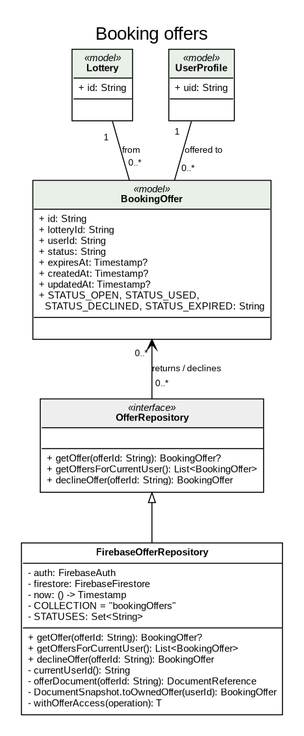
CMPUT301F26-legion/legion-events keeps this Graphviz diagram as doc/uml/booking_offers.png. Above is the earlier version. Its source is kept beside it as doc/uml/booking_offers.dot. The source it was exported from:
```dot
digraph G {
  graph [rankdir=BT fontname="Liberation Sans" nodesep=0.5 ranksep=0.7 dpi=110 pad=0.3
         label="Booking offers" labelloc=t fontsize=18];
  node  [shape=plain fontname="Liberation Sans" fontsize=10];
  edge  [fontname="Liberation Sans" fontsize=9 labeldistance=1.8 labelangle=35];

  BookingOffer [label=<<TABLE BORDER="1" CELLBORDER="0" CELLSPACING="0" CELLPADDING="4"><TR><TD BGCOLOR="#e8f0e8"><I>«model»</I><BR/><B>BookingOffer</B></TD></TR><TR><TD ALIGN="LEFT" BALIGN="LEFT" SIDES="T" BORDER="1">+ id: String<BR/>+ lotteryId: String<BR/>+ userId: String<BR/>+ status: String<BR/>+ expiresAt: Timestamp?<BR/>+ createdAt: Timestamp?<BR/>+ updatedAt: Timestamp?<BR/>+ STATUS_OPEN, STATUS_USED,<BR/>  STATUS_DECLINED, STATUS_EXPIRED: String</TD></TR><TR><TD ALIGN="LEFT" BALIGN="LEFT" SIDES="T" BORDER="1"> </TD></TR></TABLE>>];
  Lottery [label=<<TABLE BORDER="1" CELLBORDER="0" CELLSPACING="0" CELLPADDING="4"><TR><TD BGCOLOR="#e8f0e8"><I>«model»</I><BR/><B>Lottery</B></TD></TR><TR><TD ALIGN="LEFT" BALIGN="LEFT" SIDES="T" BORDER="1">+ id: String</TD></TR><TR><TD ALIGN="LEFT" BALIGN="LEFT" SIDES="T" BORDER="1"> </TD></TR></TABLE>>];
  UserProfile [label=<<TABLE BORDER="1" CELLBORDER="0" CELLSPACING="0" CELLPADDING="4"><TR><TD BGCOLOR="#e8f0e8"><I>«model»</I><BR/><B>UserProfile</B></TD></TR><TR><TD ALIGN="LEFT" BALIGN="LEFT" SIDES="T" BORDER="1">+ uid: String</TD></TR><TR><TD ALIGN="LEFT" BALIGN="LEFT" SIDES="T" BORDER="1"> </TD></TR></TABLE>>];
  OfferRepository [label=<<TABLE BORDER="1" CELLBORDER="0" CELLSPACING="0" CELLPADDING="4"><TR><TD BGCOLOR="#eeeeee"><I>«interface»</I><BR/><B>OfferRepository</B></TD></TR><TR><TD ALIGN="LEFT" BALIGN="LEFT" SIDES="T" BORDER="1"> </TD></TR><TR><TD ALIGN="LEFT" BALIGN="LEFT" SIDES="T" BORDER="1">+ getOffer(offerId: String): BookingOffer?<BR/>+ getOffersForCurrentUser(): List&lt;BookingOffer&gt;<BR/>+ declineOffer(offerId: String): BookingOffer</TD></TR></TABLE>>];
  FirebaseOfferRepository [label=<<TABLE BORDER="1" CELLBORDER="0" CELLSPACING="0" CELLPADDING="4"><TR><TD><B>FirebaseOfferRepository</B></TD></TR><TR><TD ALIGN="LEFT" BALIGN="LEFT" SIDES="T" BORDER="1">- auth: FirebaseAuth<BR/>- firestore: FirebaseFirestore<BR/>- now: () -&gt; Timestamp<BR/>- COLLECTION = "bookingOffers"<BR/>- STATUSES: Set&lt;String&gt;</TD></TR><TR><TD ALIGN="LEFT" BALIGN="LEFT" SIDES="T" BORDER="1">+ getOffer(offerId: String): BookingOffer?<BR/>+ getOffersForCurrentUser(): List&lt;BookingOffer&gt;<BR/>+ declineOffer(offerId: String): BookingOffer<BR/>- currentUserId(): String<BR/>- offerDocument(offerId: String): DocumentReference<BR/>- DocumentSnapshot.toOwnedOffer(userId): BookingOffer<BR/>- withOfferAccess(operation): T</TD></TR></TABLE>>];
  FirebaseOfferRepository -> OfferRepository [arrowhead=onormal];
  OfferRepository -> BookingOffer [arrowhead=vee label="returns / declines" taillabel="0..*" headlabel="0..*"];
  BookingOffer -> Lottery [arrowhead=none label="from" taillabel="0..*" headlabel="1"];
  BookingOffer -> UserProfile [arrowhead=none label="offered to" taillabel="0..*" headlabel="1"];
}
```
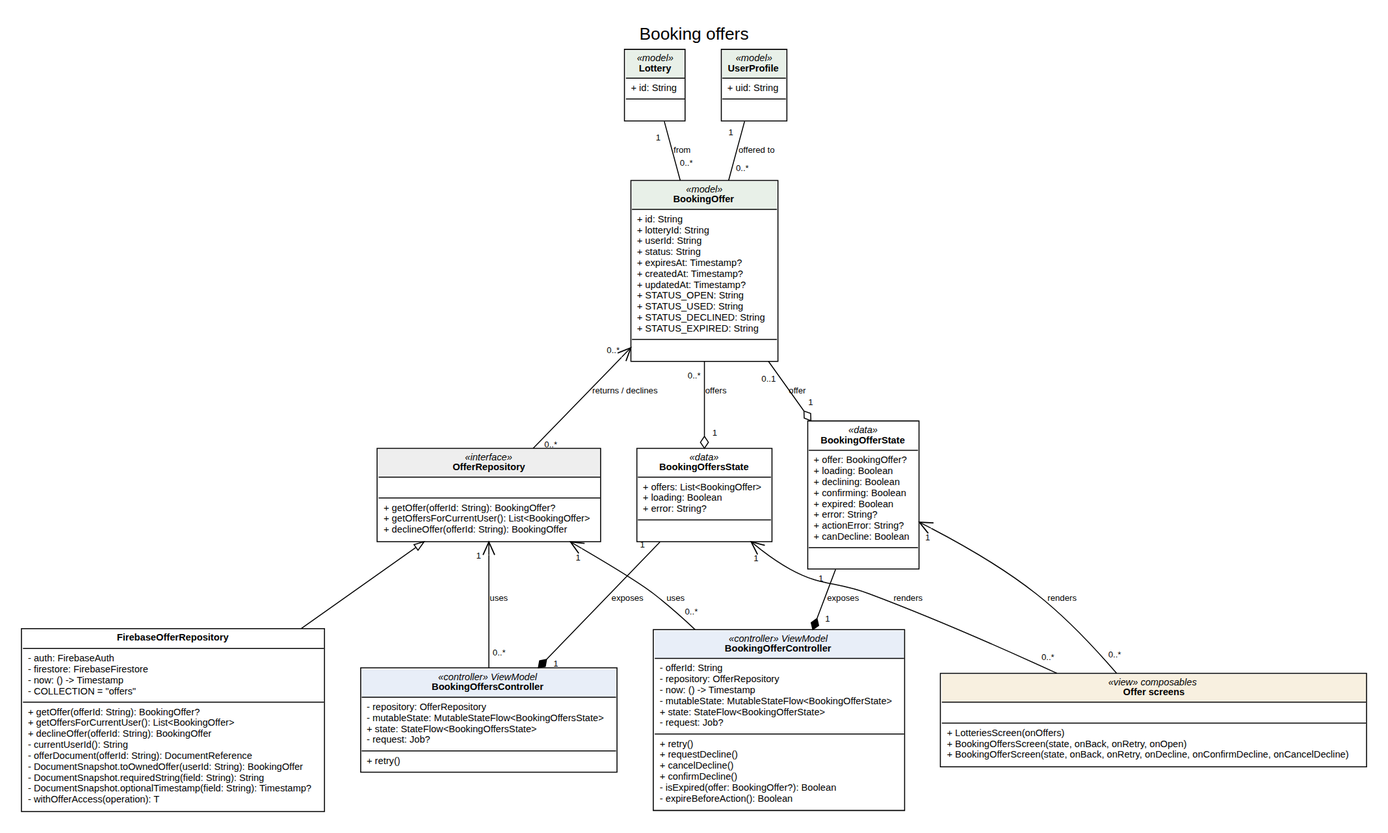
After the commit.

The edit, as a diff of the source:
```diff
@@ -4,13 +4,26 @@
   node  [shape=plain fontname="Liberation Sans" fontsize=10];
   edge  [fontname="Liberation Sans" fontsize=9 labeldistance=1.8 labelangle=35];
 
-  BookingOffer [label=<<TABLE BORDER="1" CELLBORDER="0" CELLSPACING="0" CELLPADDING="4"><TR><TD BGCOLOR="#e8f0e8"><I>«model»</I><BR/><B>BookingOffer</B></TD></TR><TR><TD ALIGN="LEFT" BALIGN="LEFT" SIDES="T" BORDER="1">+ id: String<BR/>+ lotteryId: String<BR/>+ userId: String<BR/>+ status: String<BR/>+ expiresAt: Timestamp?<BR/>+ createdAt: Timestamp?<BR/>+ updatedAt: Timestamp?<BR/>+ STATUS_OPEN, STATUS_USED,<BR/>  STATUS_DECLINED, STATUS_EXPIRED: String</TD></TR><TR><TD ALIGN="LEFT" BALIGN="LEFT" SIDES="T" BORDER="1"> </TD></TR></TABLE>>];
+  BookingOffer [label=<<TABLE BORDER="1" CELLBORDER="0" CELLSPACING="0" CELLPADDING="4"><TR><TD BGCOLOR="#e8f0e8"><I>«model»</I><BR/><B>BookingOffer</B></TD></TR><TR><TD ALIGN="LEFT" BALIGN="LEFT" SIDES="T" BORDER="1">+ id: String<BR/>+ lotteryId: String<BR/>+ userId: String<BR/>+ status: String<BR/>+ expiresAt: Timestamp?<BR/>+ createdAt: Timestamp?<BR/>+ updatedAt: Timestamp?<BR/>+ STATUS_OPEN: String<BR/>+ STATUS_USED: String<BR/>+ STATUS_DECLINED: String<BR/>+ STATUS_EXPIRED: String</TD></TR><TR><TD ALIGN="LEFT" BALIGN="LEFT" SIDES="T" BORDER="1"> </TD></TR></TABLE>>];
   Lottery [label=<<TABLE BORDER="1" CELLBORDER="0" CELLSPACING="0" CELLPADDING="4"><TR><TD BGCOLOR="#e8f0e8"><I>«model»</I><BR/><B>Lottery</B></TD></TR><TR><TD ALIGN="LEFT" BALIGN="LEFT" SIDES="T" BORDER="1">+ id: String</TD></TR><TR><TD ALIGN="LEFT" BALIGN="LEFT" SIDES="T" BORDER="1"> </TD></TR></TABLE>>];
   UserProfile [label=<<TABLE BORDER="1" CELLBORDER="0" CELLSPACING="0" CELLPADDING="4"><TR><TD BGCOLOR="#e8f0e8"><I>«model»</I><BR/><B>UserProfile</B></TD></TR><TR><TD ALIGN="LEFT" BALIGN="LEFT" SIDES="T" BORDER="1">+ uid: String</TD></TR><TR><TD ALIGN="LEFT" BALIGN="LEFT" SIDES="T" BORDER="1"> </TD></TR></TABLE>>];
   OfferRepository [label=<<TABLE BORDER="1" CELLBORDER="0" CELLSPACING="0" CELLPADDING="4"><TR><TD BGCOLOR="#eeeeee"><I>«interface»</I><BR/><B>OfferRepository</B></TD></TR><TR><TD ALIGN="LEFT" BALIGN="LEFT" SIDES="T" BORDER="1"> </TD></TR><TR><TD ALIGN="LEFT" BALIGN="LEFT" SIDES="T" BORDER="1">+ getOffer(offerId: String): BookingOffer?<BR/>+ getOffersForCurrentUser(): List&lt;BookingOffer&gt;<BR/>+ declineOffer(offerId: String): BookingOffer</TD></TR></TABLE>>];
-  FirebaseOfferRepository [label=<<TABLE BORDER="1" CELLBORDER="0" CELLSPACING="0" CELLPADDING="4"><TR><TD><B>FirebaseOfferRepository</B></TD></TR><TR><TD ALIGN="LEFT" BALIGN="LEFT" SIDES="T" BORDER="1">- auth: FirebaseAuth<BR/>- firestore: FirebaseFirestore<BR/>- now: () -&gt; Timestamp<BR/>- COLLECTION = "bookingOffers"<BR/>- STATUSES: Set&lt;String&gt;</TD></TR><TR><TD ALIGN="LEFT" BALIGN="LEFT" SIDES="T" BORDER="1">+ getOffer(offerId: String): BookingOffer?<BR/>+ getOffersForCurrentUser(): List&lt;BookingOffer&gt;<BR/>+ declineOffer(offerId: String): BookingOffer<BR/>- currentUserId(): String<BR/>- offerDocument(offerId: String): DocumentReference<BR/>- DocumentSnapshot.toOwnedOffer(userId): BookingOffer<BR/>- withOfferAccess(operation): T</TD></TR></TABLE>>];
+  FirebaseOfferRepository [label=<<TABLE BORDER="1" CELLBORDER="0" CELLSPACING="0" CELLPADDING="4"><TR><TD><B>FirebaseOfferRepository</B></TD></TR><TR><TD ALIGN="LEFT" BALIGN="LEFT" SIDES="T" BORDER="1">- auth: FirebaseAuth<BR/>- firestore: FirebaseFirestore<BR/>- now: () -&gt; Timestamp<BR/>- COLLECTION = "offers"</TD></TR><TR><TD ALIGN="LEFT" BALIGN="LEFT" SIDES="T" BORDER="1">+ getOffer(offerId: String): BookingOffer?<BR/>+ getOffersForCurrentUser(): List&lt;BookingOffer&gt;<BR/>+ declineOffer(offerId: String): BookingOffer<BR/>- currentUserId(): String<BR/>- offerDocument(offerId: String): DocumentReference<BR/>- DocumentSnapshot.toOwnedOffer(userId: String): BookingOffer<BR/>- DocumentSnapshot.requiredString(field: String): String<BR/>- DocumentSnapshot.optionalTimestamp(field: String): Timestamp?<BR/>- withOfferAccess(operation): T</TD></TR></TABLE>>];
+  BookingOffersController [label=<<TABLE BORDER="1" CELLBORDER="0" CELLSPACING="0" CELLPADDING="4"><TR><TD BGCOLOR="#e8eef8"><I>«controller» ViewModel</I><BR/><B>BookingOffersController</B></TD></TR><TR><TD ALIGN="LEFT" BALIGN="LEFT" SIDES="T" BORDER="1">- repository: OfferRepository<BR/>- mutableState: MutableStateFlow&lt;BookingOffersState&gt;<BR/>+ state: StateFlow&lt;BookingOffersState&gt;<BR/>- request: Job?</TD></TR><TR><TD ALIGN="LEFT" BALIGN="LEFT" SIDES="T" BORDER="1">+ retry()</TD></TR></TABLE>>];
+  BookingOffersState [label=<<TABLE BORDER="1" CELLBORDER="0" CELLSPACING="0" CELLPADDING="4"><TR><TD><I>«data»</I><BR/><B>BookingOffersState</B></TD></TR><TR><TD ALIGN="LEFT" BALIGN="LEFT" SIDES="T" BORDER="1">+ offers: List&lt;BookingOffer&gt;<BR/>+ loading: Boolean<BR/>+ error: String?</TD></TR><TR><TD ALIGN="LEFT" BALIGN="LEFT" SIDES="T" BORDER="1"> </TD></TR></TABLE>>];
+  BookingOfferController [label=<<TABLE BORDER="1" CELLBORDER="0" CELLSPACING="0" CELLPADDING="4"><TR><TD BGCOLOR="#e8eef8"><I>«controller» ViewModel</I><BR/><B>BookingOfferController</B></TD></TR><TR><TD ALIGN="LEFT" BALIGN="LEFT" SIDES="T" BORDER="1">- offerId: String<BR/>- repository: OfferRepository<BR/>- now: () -&gt; Timestamp<BR/>- mutableState: MutableStateFlow&lt;BookingOfferState&gt;<BR/>+ state: StateFlow&lt;BookingOfferState&gt;<BR/>- request: Job?</TD></TR><TR><TD ALIGN="LEFT" BALIGN="LEFT" SIDES="T" BORDER="1">+ retry()<BR/>+ requestDecline()<BR/>+ cancelDecline()<BR/>+ confirmDecline()<BR/>- isExpired(offer: BookingOffer?): Boolean<BR/>- expireBeforeAction(): Boolean</TD></TR></TABLE>>];
+  BookingOfferState [label=<<TABLE BORDER="1" CELLBORDER="0" CELLSPACING="0" CELLPADDING="4"><TR><TD><I>«data»</I><BR/><B>BookingOfferState</B></TD></TR><TR><TD ALIGN="LEFT" BALIGN="LEFT" SIDES="T" BORDER="1">+ offer: BookingOffer?<BR/>+ loading: Boolean<BR/>+ declining: Boolean<BR/>+ confirming: Boolean<BR/>+ expired: Boolean<BR/>+ error: String?<BR/>+ actionError: String?<BR/>+ canDecline: Boolean</TD></TR><TR><TD ALIGN="LEFT" BALIGN="LEFT" SIDES="T" BORDER="1"> </TD></TR></TABLE>>];
+  Views [label=<<TABLE BORDER="1" CELLBORDER="0" CELLSPACING="0" CELLPADDING="4"><TR><TD BGCOLOR="#f8f0e0"><I>«view» composables</I><BR/><B>Offer screens</B></TD></TR><TR><TD ALIGN="LEFT" BALIGN="LEFT" SIDES="T" BORDER="1"> </TD></TR><TR><TD ALIGN="LEFT" BALIGN="LEFT" SIDES="T" BORDER="1">+ LotteriesScreen(onOffers)<BR/>+ BookingOffersScreen(state, onBack, onRetry, onOpen)<BR/>+ BookingOfferScreen(state, onBack, onRetry, onDecline, onConfirmDecline, onCancelDecline)</TD></TR></TABLE>>];
   FirebaseOfferRepository -> OfferRepository [arrowhead=onormal];
   OfferRepository -> BookingOffer [arrowhead=vee label="returns / declines" taillabel="0..*" headlabel="0..*"];
   BookingOffer -> Lottery [arrowhead=none label="from" taillabel="0..*" headlabel="1"];
   BookingOffer -> UserProfile [arrowhead=none label="offered to" taillabel="0..*" headlabel="1"];
+  BookingOffersController -> OfferRepository [arrowhead=vee label="uses" taillabel="0..*" headlabel="1"];
+  BookingOffersController -> BookingOffersState [dir=back arrowtail=diamond label="exposes" taillabel="1" headlabel="1"];
+  BookingOffersState -> BookingOffer [dir=back arrowtail=odiamond label="offers" taillabel="1" headlabel="0..*"];
+  BookingOfferController -> OfferRepository [arrowhead=vee label="uses" taillabel="0..*" headlabel="1"];
+  BookingOfferController -> BookingOfferState [dir=back arrowtail=diamond label="exposes" taillabel="1" headlabel="1"];
+  BookingOfferState -> BookingOffer [dir=back arrowtail=odiamond label="offer" taillabel="1" headlabel="0..1"];
+  Views -> BookingOffersState [arrowhead=vee label="renders" taillabel="0..*" headlabel="1"];
+  Views -> BookingOfferState [arrowhead=vee label="renders" taillabel="0..*" headlabel="1"];
 }
```
